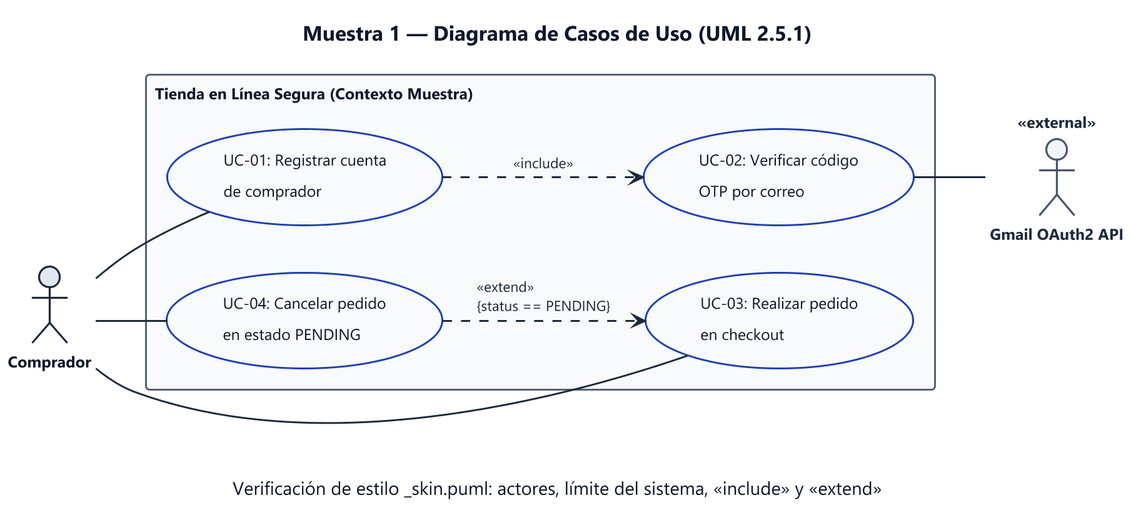
maverick0322/Secure-Ecommerce-API keeps this PlantUML diagram as docs/diagrams/_muestra/muestra_01_casos_uso.png. Above is the earlier version. Its diagram source:
```plantuml
@startuml muestra_01_casos_uso
skinparamlocked dpi 200
!include _skin.puml
left to right direction
title Muestra 1 — Diagrama de Casos de Uso (UML 2.5.1)
caption Verificación de estilo _skin.puml: actores, límite del sistema, «include» y «extend»

actor "Comprador" as Buyer
actor "Gmail OAuth2 API" as Gmail <<external>>

rectangle "Tienda en Línea Segura (Contexto Muestra)" {
  usecase "UC-01: Registrar cuenta\nde comprador" as UC_Register
  usecase "UC-02: Verificar código\nOTP por correo" as UC_VerifyOtp
  usecase "UC-03: Realizar pedido\nen checkout" as UC_Checkout
  usecase "UC-04: Cancelar pedido\nen estado PENDING" as UC_CancelOrder
}

Buyer -- UC_Register
Buyer -- UC_Checkout
Buyer -- UC_CancelOrder
UC_Register ..> UC_VerifyOtp : <<include>>
UC_VerifyOtp -- Gmail
UC_CancelOrder ..> UC_Checkout : <<extend>>\n{status == PENDING}
@enduml
```
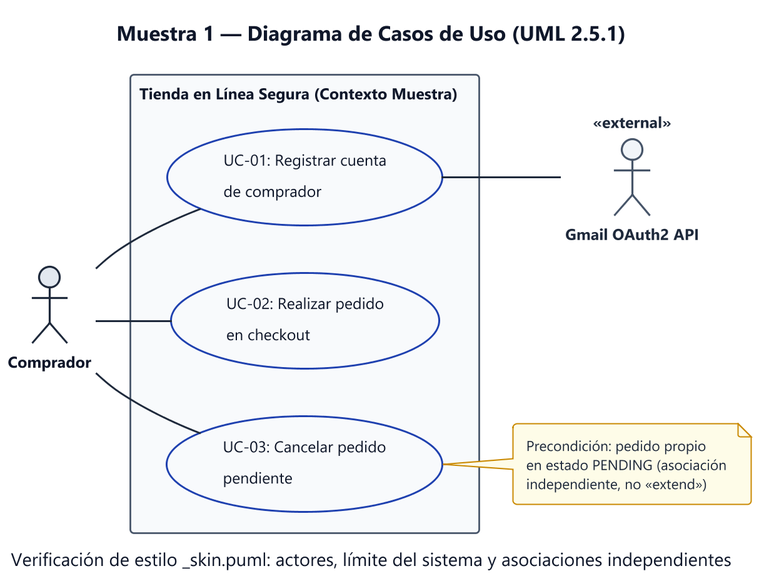
The same diagram one commit later.

Commit message:
docs(lote-0.2): fix _muestra.puml use case/sequence semantics and extend rules in GUIA_ESTILO_UML.md

Change to the diagram source:
```diff
@@ -3,22 +3,25 @@
 !include _skin.puml
 left to right direction
 title Muestra 1 — Diagrama de Casos de Uso (UML 2.5.1)
-caption Verificación de estilo _skin.puml: actores, límite del sistema, «include» y «extend»
+caption Verificación de estilo _skin.puml: actores, límite del sistema y asociaciones independientes
 
 actor "Comprador" as Buyer
 actor "Gmail OAuth2 API" as Gmail <<external>>
 
 rectangle "Tienda en Línea Segura (Contexto Muestra)" {
   usecase "UC-01: Registrar cuenta\nde comprador" as UC_Register
-  usecase "UC-02: Verificar código\nOTP por correo" as UC_VerifyOtp
-  usecase "UC-03: Realizar pedido\nen checkout" as UC_Checkout
-  usecase "UC-04: Cancelar pedido\nen estado PENDING" as UC_CancelOrder
+  usecase "UC-02: Realizar pedido\nen checkout" as UC_Checkout
+  usecase "UC-03: Cancelar pedido\npendiente" as UC_CancelOrder
 }
+
+note right of UC_CancelOrder
+  Precondición: pedido propio
+  en estado PENDING (asociación
+  independiente, no <<extend>>)
+end note
 
 Buyer -- UC_Register
 Buyer -- UC_Checkout
 Buyer -- UC_CancelOrder
-UC_Register ..> UC_VerifyOtp : <<include>>
-UC_VerifyOtp -- Gmail
-UC_CancelOrder ..> UC_Checkout : <<extend>>\n{status == PENDING}
+UC_Register -- Gmail
 @enduml
```
